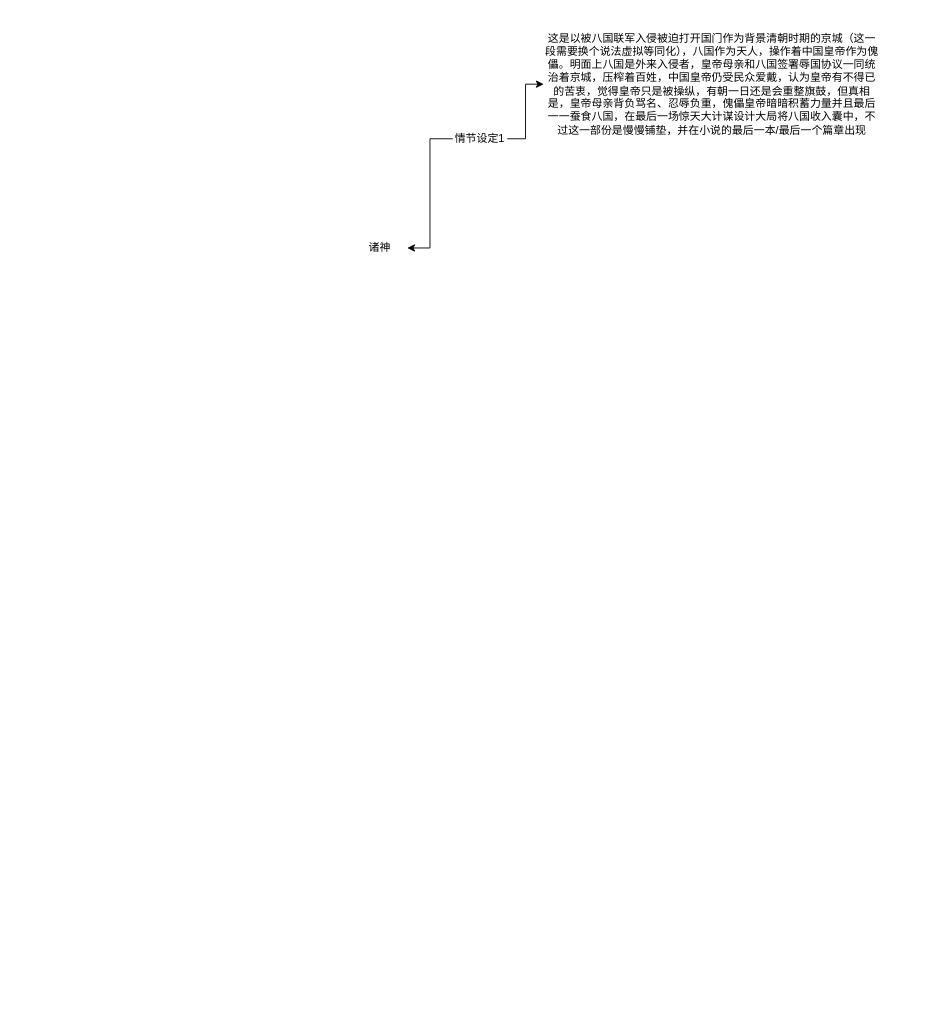
Before: page "总纲" (1 of 3) of 诸神.drawio in we1how/draw.io, a draw.io diagram. Source tidied: cells renumbered, new cells numbered last; positions are measured from the earlier drawing's top-left corner, leaving out a move shared by most shapes. Both pictures are drawn from the tidied source at 91%, with x=0, y=0 at pixel (352, 15).
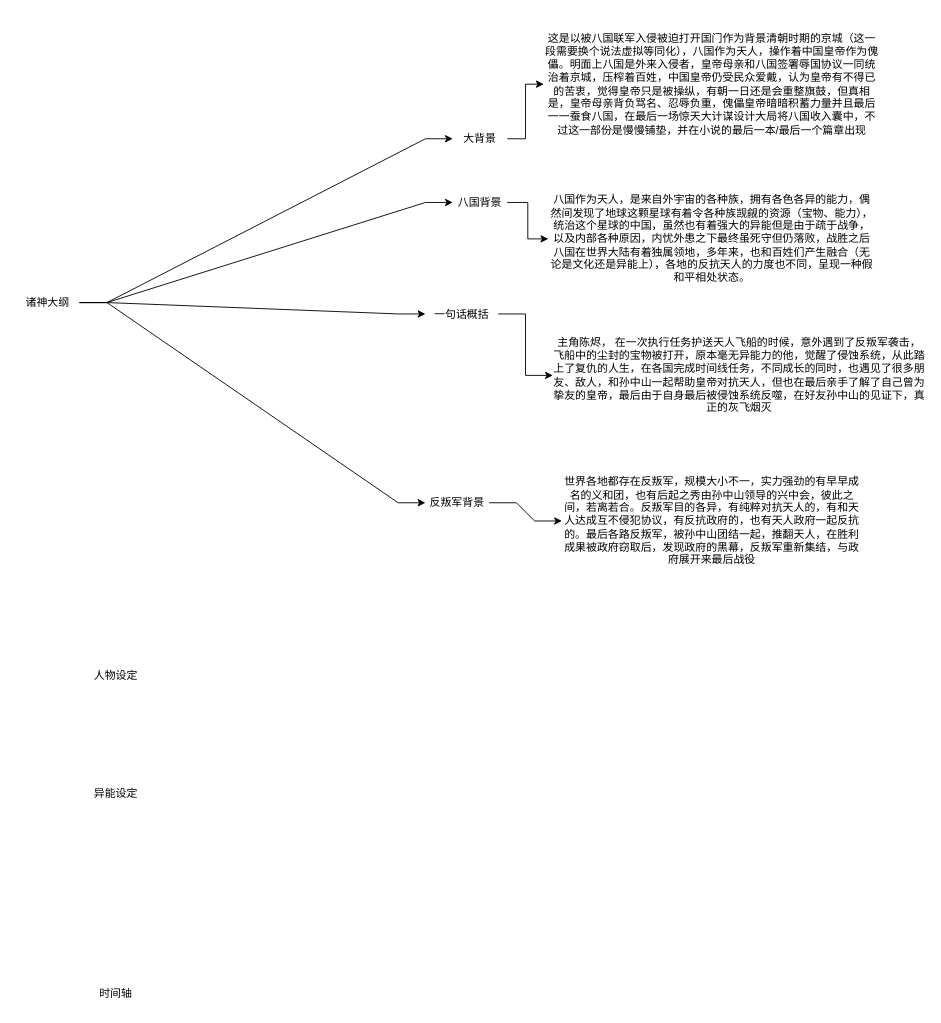
The same page after the edit.

Change to the diagram source:
```diff
@@
+    <mxCell id="7" style="edgeStyle=entityRelationEdgeStyle;rounded=0;jettySize=auto;html=1;entryX=0;entryY=0.5;entryDx=0;entryDy=0;" parent="1" edge="1" source="2" target="18">
+      <mxGeometry relative="1" as="geometry" />
+    </mxCell>
+    <mxCell id="8" style="edgeStyle=entityRelationEdgeStyle;rounded=0;jettySize=auto;html=1;exitX=1;exitY=0.5;exitDx=0;exitDy=0;" parent="1" edge="1" source="2" target="15">
+      <mxGeometry relative="1" as="geometry" />
+    </mxCell>
+    <mxCell id="9" style="edgeStyle=entityRelationEdgeStyle;rounded=0;jettySize=auto;html=1;entryX=0;entryY=0.5;entryDx=0;entryDy=0;" parent="1" edge="1" source="2" target="12">
+      <mxGeometry relative="1" as="geometry" />
+    </mxCell>
+    <mxCell id="10" style="edgeStyle=entityRelationEdgeStyle;rounded=0;jettySize=auto;html=1;entryX=0;entryY=0.5;entryDx=0;entryDy=0;" parent="1" edge="1" source="2" target="5">
+      <mxGeometry relative="1" as="geometry" />
+    </mxCell>
-    <mxCell id="2" value="诸神" style="text;html=1;whiteSpace=wrap;strokeColor=none;fillColor=none;align=center;verticalAlign=middle;rounded=0;" parent="1" vertex="1">
-      <mxGeometry y="240" width="60" height="30" as="geometry" />
+    <mxCell id="2" value="诸神大纲" style="text;html=1;whiteSpace=wrap;strokeColor=none;fillColor=none;align=center;verticalAlign=middle;rounded=0;" parent="1" vertex="1">
+      <mxGeometry x="-370" y="300" width="70" height="30" as="geometry" />
     </mxCell>
@@
-    <mxCell id="4" style="edgeStyle=orthogonalEdgeStyle;rounded=0;jettySize=auto;html=1;exitX=0;exitY=0.5;exitDx=0;exitDy=0;entryX=1;entryY=0.5;entryDx=0;entryDy=0;" parent="1" edge="1" source="5" target="2">
-      <mxGeometry relative="1" as="geometry" />
-    </mxCell>
-    <mxCell id="5" value="情节设定1" style="text;html=1;whiteSpace=wrap;strokeColor=none;fillColor=none;align=center;verticalAlign=middle;rounded=0;" parent="1" vertex="1">
+    <mxCell id="5" value="大背景" style="text;html=1;whiteSpace=wrap;strokeColor=none;fillColor=none;align=center;verticalAlign=middle;rounded=0;" parent="1" vertex="1">
       <mxGeometry x="110" y="120" width="60" height="30" as="geometry" />
     </mxCell>
@@
+    <mxCell id="11" style="edgeStyle=orthogonalEdgeStyle;rounded=0;jettySize=auto;html=1;entryX=0;entryY=0.5;entryDx=0;entryDy=0;" parent="1" edge="1" source="12" target="13">
+      <mxGeometry relative="1" as="geometry" />
+    </mxCell>
+    <mxCell id="12" value="八国背景" style="text;html=1;whiteSpace=wrap;strokeColor=none;fillColor=none;align=center;verticalAlign=middle;rounded=0;" parent="1" vertex="1">
+      <mxGeometry x="110" y="190" width="60" height="30" as="geometry" />
+    </mxCell>
+    <mxCell id="13" value="八国作为天人，是来自外宇宙的各种族，拥有各色各异的能力，偶然间发现了地球这颗星球有着令各种族觊觎的资源（宝物、能力），统治这个星球的中国，虽然也有着强大的异能但是由于疏于战争，以及内部各种原因，内忧外患之下最终虽死守但仍落败，战胜之后八国在世界大陆有着独属领地，多年来，也和百姓们产生融合（无论是文化还是异能上），各地的反抗天人的力度也不同，呈现一种假和平相处状态。" style="text;html=1;whiteSpace=wrap;strokeColor=none;fillColor=none;align=center;verticalAlign=middle;rounded=0;" parent="1" vertex="1">
+      <mxGeometry x="215" y="140" width="360" height="210" as="geometry" />
+    </mxCell>
+    <mxCell id="14" style="edgeStyle=orthogonalEdgeStyle;rounded=0;jettySize=auto;html=1;entryX=0;entryY=0.5;entryDx=0;entryDy=0;" parent="1" edge="1" source="15" target="16">
+      <mxGeometry relative="1" as="geometry" />
+    </mxCell>
+    <mxCell id="15" value="一句话概括" style="text;html=1;whiteSpace=wrap;strokeColor=none;fillColor=none;align=center;verticalAlign=middle;rounded=0;" parent="1" vertex="1">
+      <mxGeometry x="80" y="312.5" width="80" height="30" as="geometry" />
+    </mxCell>
+    <mxCell id="16" value="主角陈烬， 在一次执行任务护送天人飞船的时候，意外遇到了反叛军袭击，飞船中的尘封的宝物被打开，原本毫无异能力的他，觉醒了侵蚀系统，从此踏上了复仇的人生，在各国完成时间线任务，不同成长的同时，也遇见了很多朋友、敌人，和孙中山一起帮助皇帝对抗天人，但也在最后亲手了解了自己曾为挚友的皇帝，最后由于自身最后被侵蚀系统反噬，在好友孙中山的见证下，真正的灰飞烟灭" style="text;html=1;whiteSpace=wrap;strokeColor=none;fillColor=none;align=center;verticalAlign=middle;rounded=0;" parent="1" vertex="1">
+      <mxGeometry x="220" y="312.5" width="410" height="165" as="geometry" />
+    </mxCell>
+    <mxCell id="17" style="edgeStyle=entityRelationEdgeStyle;rounded=0;jettySize=auto;html=1;entryX=0;entryY=0.5;entryDx=0;entryDy=0;" parent="1" edge="1" source="18" target="19">
+      <mxGeometry relative="1" as="geometry" />
+    </mxCell>
+    <mxCell id="18" value="反叛军背景" style="text;html=1;whiteSpace=wrap;strokeColor=none;fillColor=none;align=center;verticalAlign=middle;rounded=0;" parent="1" vertex="1">
+      <mxGeometry x="80" y="520" width="70" height="30" as="geometry" />
+    </mxCell>
+    <mxCell id="19" value="世界各地都存在反叛军，规模大小不一，实力强劲的有早早成名的义和团，也有后起之秀由孙中山领导的兴中会，彼此之间，若离若合。反叛军目的各异，有纯粹对抗天人的，有和天人达成互不侵犯协议，有反抗政府的，也有天人政府一起反抗的。最后各路反叛军，被孙中山团结一起，推翻天人，在胜利成果被政府窃取后，发现政府的黑幕，反叛军重新集结，与政府展开来最后战役" style="text;html=1;whiteSpace=wrap;strokeColor=none;fillColor=none;align=center;verticalAlign=middle;rounded=0;" parent="1" vertex="1">
+      <mxGeometry x="230" y="440" width="330" height="230" as="geometry" />
+    </mxCell>
+    <mxCell id="20" value="人物设定" style="text;html=1;whiteSpace=wrap;strokeColor=none;fillColor=none;align=center;verticalAlign=middle;rounded=0;" parent="1" vertex="1">
+      <mxGeometry x="-290" y="710" width="60" height="30" as="geometry" />
+    </mxCell>
+    <mxCell id="21" value="异能设定" style="text;html=1;whiteSpace=wrap;strokeColor=none;fillColor=none;align=center;verticalAlign=middle;rounded=0;" parent="1" vertex="1">
+      <mxGeometry x="-290" y="840" width="60" height="30" as="geometry" />
+    </mxCell>
+    <mxCell id="22" value="时间轴" style="text;html=1;whiteSpace=wrap;strokeColor=none;fillColor=none;align=center;verticalAlign=middle;rounded=0;" parent="1" vertex="1">
+      <mxGeometry x="-290" y="1060" width="60" height="30" as="geometry" />
+    </mxCell>
```
